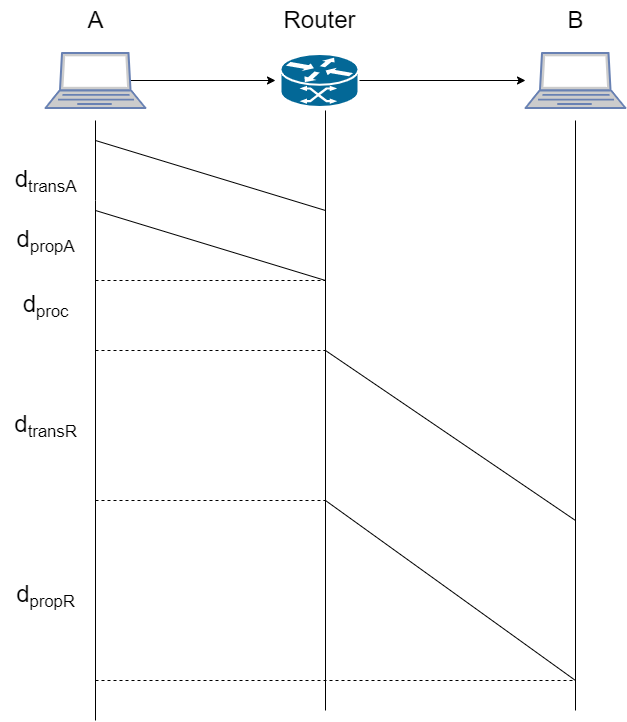
Above: CSIT5610_HW1_1_h.png in Hypersus/draw.io (draw.io), before the change. Source tidied: cells renumbered, new cells last; positions are measured from the earlier drawing's top-left corner, leaving out a move shared by most shapes. The source it was exported from:
```xml
<mxGraphModel>
  <root>
    <mxCell id="0" />
    <mxCell id="1" parent="0" />
    <mxCell id="2" style="edgeStyle=orthogonalEdgeStyle;rounded=0;jettySize=auto;html=1;exitX=0.85;exitY=0.5;exitDx=0;exitDy=0;exitPerimeter=0;" parent="1" edge="1" source="3">
      <mxGeometry relative="1" as="geometry">
        <mxPoint x="275" y="80" as="targetPoint" />
      </mxGeometry>
    </mxCell>
    <mxCell id="3" style="fontColor=#0066CC;verticalAlign=top;verticalLabelPosition=bottom;labelPosition=center;align=center;html=1;outlineConnect=0;fillColor=#CCCCCC;strokeColor=#6881B3;gradientColor=none;gradientDirection=north;strokeWidth=2;shape=mxgraph.networks.laptop;" parent="1" vertex="1">
      <mxGeometry x="45" y="52.5" width="100" height="55" as="geometry" />
    </mxCell>
    <mxCell id="4" style="fontColor=#0066CC;verticalAlign=top;verticalLabelPosition=bottom;labelPosition=center;align=center;html=1;outlineConnect=0;fillColor=#CCCCCC;strokeColor=#6881B3;gradientColor=none;gradientDirection=north;strokeWidth=2;shape=mxgraph.networks.laptop;" parent="1" vertex="1">
      <mxGeometry x="525" y="52.5" width="100" height="55" as="geometry" />
    </mxCell>
    <mxCell id="5" style="edgeStyle=orthogonalEdgeStyle;rounded=0;jettySize=auto;html=1;" parent="1" edge="1" source="6" target="4">
      <mxGeometry relative="1" as="geometry" />
    </mxCell>
    <mxCell id="6" style="shape=mxgraph.cisco.routers.atm_router;sketch=0;html=1;dashed=0;fillColor=#036897;strokeColor=#ffffff;strokeWidth=2;verticalLabelPosition=bottom;verticalAlign=top;align=center;outlineConnect=0;" parent="1" vertex="1">
      <mxGeometry x="280" y="53.5" width="78" height="53" as="geometry" />
    </mxCell>
    <mxCell id="7" value="&lt;font style=&quot;font-size: 24px;&quot;&gt;A&lt;/font&gt;" style="text;html=1;align=center;verticalAlign=middle;fillColor=none;strokeColor=none;rounded=0;" parent="1" vertex="1">
      <mxGeometry x="75" width="40" height="40" as="geometry" />
    </mxCell>
    <mxCell id="8" value="&lt;font style=&quot;font-size: 24px; font-weight: normal;&quot;&gt;B&lt;/font&gt;" style="text;html=1;align=center;verticalAlign=middle;fillColor=none;strokeColor=none;rounded=0;fontStyle=1;" parent="1" vertex="1">
      <mxGeometry x="555" width="40" height="40" as="geometry" />
    </mxCell>
    <mxCell id="9" value="&lt;font style=&quot;font-size: 24px;&quot;&gt;Router&lt;/font&gt;" style="text;html=1;align=center;verticalAlign=middle;fillColor=none;strokeColor=none;rounded=0;" parent="1" vertex="1">
      <mxGeometry x="269" width="100" height="40" as="geometry" />
    </mxCell>
    <mxCell id="10" style="endArrow=none;html=1;rounded=0;fontSize=24;" parent="1" edge="1">
      <mxGeometry relative="1" as="geometry">
        <mxPoint x="95" y="720" as="sourcePoint" />
        <mxPoint x="95" y="120" as="targetPoint" />
        <Array as="points">
          <mxPoint x="95" y="200" />
        </Array>
      </mxGeometry>
    </mxCell>
    <mxCell id="11" style="endArrow=none;html=1;rounded=0;fontSize=24;" parent="1" edge="1">
      <mxGeometry relative="1" as="geometry">
        <mxPoint x="325" y="710" as="sourcePoint" />
        <mxPoint x="325" y="110" as="targetPoint" />
      </mxGeometry>
    </mxCell>
    <mxCell id="12" style="endArrow=none;html=1;rounded=0;fontSize=24;" parent="1" edge="1">
      <mxGeometry relative="1" as="geometry">
        <mxPoint x="575" y="710" as="sourcePoint" />
        <mxPoint x="575" y="120" as="targetPoint" />
      </mxGeometry>
    </mxCell>
    <mxCell id="13" style="endArrow=none;html=1;rounded=0;fontSize=24;" parent="1" edge="1">
      <mxGeometry relative="1" as="geometry">
        <mxPoint x="325" y="210" as="sourcePoint" />
        <mxPoint x="95" y="140" as="targetPoint" />
      </mxGeometry>
    </mxCell>
    <mxCell id="14" style="endArrow=none;html=1;rounded=0;fontSize=24;" parent="1" edge="1">
      <mxGeometry relative="1" as="geometry">
        <mxPoint x="325" y="280" as="sourcePoint" />
        <mxPoint x="95" y="210" as="targetPoint" />
      </mxGeometry>
    </mxCell>
    <mxCell id="15" value="&lt;font style=&quot;font-size: 24px;&quot;&gt;d&lt;/font&gt;&lt;font style=&quot;font-size: 20px;&quot;&gt;&lt;sub&gt;transA&lt;/sub&gt;&lt;/font&gt;" style="text;html=1;align=center;verticalAlign=middle;fillColor=none;strokeColor=none;rounded=0;" parent="1" vertex="1">
      <mxGeometry y="155" width="90" height="50" as="geometry" />
    </mxCell>
    <mxCell id="16" style="endArrow=none;dashed=1;html=1;rounded=0;fontSize=24;" parent="1" edge="1">
      <mxGeometry relative="1" as="geometry">
        <mxPoint x="95" y="280" as="sourcePoint" />
        <mxPoint x="325" y="280" as="targetPoint" />
      </mxGeometry>
    </mxCell>
    <mxCell id="17" value="&lt;font style=&quot;font-size: 24px;&quot;&gt;d&lt;/font&gt;&lt;font style=&quot;font-size: 20px;&quot;&gt;&lt;sub&gt;propA&lt;/sub&gt;&lt;/font&gt;" style="text;html=1;align=center;verticalAlign=middle;fillColor=none;strokeColor=none;rounded=0;" parent="1" vertex="1">
      <mxGeometry x="5" y="215" width="80" height="50" as="geometry" />
    </mxCell>
    <mxCell id="18" style="endArrow=none;html=1;rounded=0;fontSize=24;" parent="1" edge="1">
      <mxGeometry relative="1" as="geometry">
        <mxPoint x="575" y="520" as="sourcePoint" />
        <mxPoint x="325" y="350" as="targetPoint" />
      </mxGeometry>
    </mxCell>
    <mxCell id="19" style="endArrow=none;html=1;rounded=0;fontSize=24;" parent="1" edge="1">
      <mxGeometry relative="1" as="geometry">
        <mxPoint x="575" y="680" as="sourcePoint" />
        <mxPoint x="325" y="500" as="targetPoint" />
      </mxGeometry>
    </mxCell>
    <mxCell id="20" style="endArrow=none;dashed=1;html=1;rounded=0;fontSize=24;" parent="1" edge="1">
      <mxGeometry relative="1" as="geometry">
        <mxPoint x="95" y="350" as="sourcePoint" />
        <mxPoint x="325" y="350" as="targetPoint" />
      </mxGeometry>
    </mxCell>
    <mxCell id="21" value="&lt;font style=&quot;font-size: 24px;&quot;&gt;d&lt;/font&gt;&lt;font style=&quot;font-size: 20px;&quot;&gt;&lt;sub&gt;proc&lt;/sub&gt;&lt;/font&gt;" style="text;html=1;align=center;verticalAlign=middle;fillColor=none;strokeColor=none;rounded=0;" parent="1" vertex="1">
      <mxGeometry x="10" y="280" width="70" height="50" as="geometry" />
    </mxCell>
    <mxCell id="22" value="&lt;font style=&quot;font-size: 24px;&quot;&gt;d&lt;/font&gt;&lt;font style=&quot;font-size: 20px;&quot;&gt;&lt;sub&gt;transR&lt;/sub&gt;&lt;/font&gt;" style="text;html=1;align=center;verticalAlign=middle;fillColor=none;strokeColor=none;rounded=0;" parent="1" vertex="1">
      <mxGeometry y="400" width="90" height="50" as="geometry" />
    </mxCell>
    <mxCell id="23" style="endArrow=none;dashed=1;html=1;rounded=0;fontSize=24;" parent="1" edge="1">
      <mxGeometry relative="1" as="geometry">
        <mxPoint x="95" y="500" as="sourcePoint" />
        <mxPoint x="325" y="500" as="targetPoint" />
      </mxGeometry>
    </mxCell>
    <mxCell id="24" style="endArrow=none;dashed=1;html=1;rounded=0;fontSize=24;" parent="1" edge="1">
      <mxGeometry relative="1" as="geometry">
        <mxPoint x="95" y="680" as="sourcePoint" />
        <mxPoint x="575" y="680" as="targetPoint" />
      </mxGeometry>
    </mxCell>
    <mxCell id="25" value="&lt;font style=&quot;font-size: 24px;&quot;&gt;d&lt;/font&gt;&lt;font style=&quot;font-size: 20px;&quot;&gt;&lt;sub&gt;propR&lt;/sub&gt;&lt;/font&gt;" style="text;html=1;align=center;verticalAlign=middle;fillColor=none;strokeColor=none;rounded=0;" parent="1" vertex="1">
      <mxGeometry x="5" y="570" width="80" height="50" as="geometry" />
    </mxCell>
  </root>
</mxGraphModel>
```
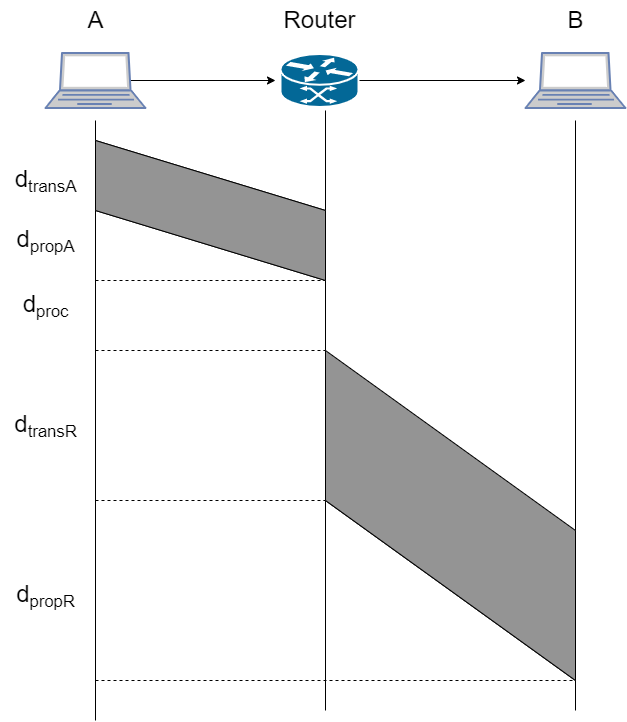
Later version of the same file.

The edit, as a diff of the source:
```diff
@@ -73,9 +73,8 @@
     <mxCell id="17" value="&lt;font style=&quot;font-size: 24px;&quot;&gt;d&lt;/font&gt;&lt;font style=&quot;font-size: 20px;&quot;&gt;&lt;sub&gt;propA&lt;/sub&gt;&lt;/font&gt;" style="text;html=1;align=center;verticalAlign=middle;fillColor=none;strokeColor=none;rounded=0;" parent="1" vertex="1">
       <mxGeometry x="5" y="215" width="80" height="50" as="geometry" />
     </mxCell>
-    <mxCell id="18" style="endArrow=none;html=1;rounded=0;fontSize=24;" parent="1" edge="1">
+    <mxCell id="18" style="endArrow=none;html=1;rounded=0;fontSize=24;" parent="1" edge="1" source="27">
       <mxGeometry relative="1" as="geometry">
-        <mxPoint x="575" y="520" as="sourcePoint" />
         <mxPoint x="325" y="350" as="targetPoint" />
       </mxGeometry>
     </mxCell>
@@ -112,5 +111,11 @@
     <mxCell id="25" value="&lt;font style=&quot;font-size: 24px;&quot;&gt;d&lt;/font&gt;&lt;font style=&quot;font-size: 20px;&quot;&gt;&lt;sub&gt;propR&lt;/sub&gt;&lt;/font&gt;" style="text;html=1;align=center;verticalAlign=middle;fillColor=none;strokeColor=none;rounded=0;" parent="1" vertex="1">
       <mxGeometry x="5" y="570" width="80" height="50" as="geometry" />
     </mxCell>
+    <mxCell id="26" style="shape=parallelogram;perimeter=parallelogramPerimeter;whiteSpace=wrap;html=1;fixedSize=1;fontSize=24;fillColor=#949494;direction=south;size=70;" parent="1" vertex="1">
+      <mxGeometry x="95" y="140" width="230" height="140" as="geometry" />
+    </mxCell>
+    <mxCell id="27" style="shape=parallelogram;perimeter=parallelogramPerimeter;whiteSpace=wrap;html=1;fixedSize=1;fontSize=24;fillColor=#949494;direction=south;size=180;" parent="1" vertex="1">
+      <mxGeometry x="325" y="350" width="250" height="330" as="geometry" />
+    </mxCell>
   </root>
 </mxGraphModel>
```
